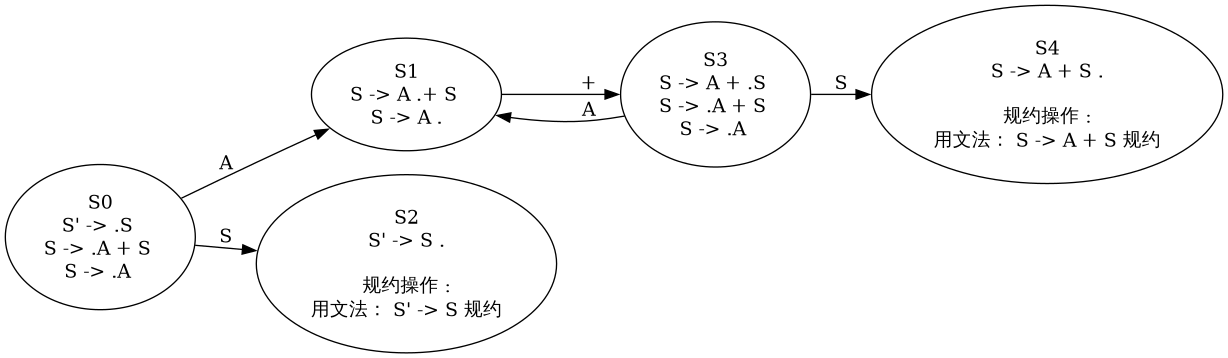
Earlier version of the Graphviz export lab4/cli/LR1/DFA.png (King3212/Compiler-theory). Its source is kept beside it as lab4/cli/LR1/DFA.gv. Source of this version:
```dot
digraph DFA {
    rankdir=LR;
    state0 [label="S0\nS' -> .S \nS -> .A + S \nS -> .A \n"];
    state1 [label="S1\nS -> A .+ S \nS -> A .\n"];
    state2 [label="S2\nS' -> S .\n\n规约操作 :\n用文法： S' -> S 规约\n"];
    state3 [label="S3\nS -> A + .S \nS -> .A + S \nS -> .A \n"];
    state4 [label="S4\nS -> A + S .\n\n规约操作 :\n用文法： S -> A + S 规约\n"];
    state3 -> state4 [label="S"];
    state3 -> state1 [label="A"];
    state1 -> state3 [label="+"];
    state0 -> state2 [label="S"];
    state0 -> state1 [label="A"];
}
```
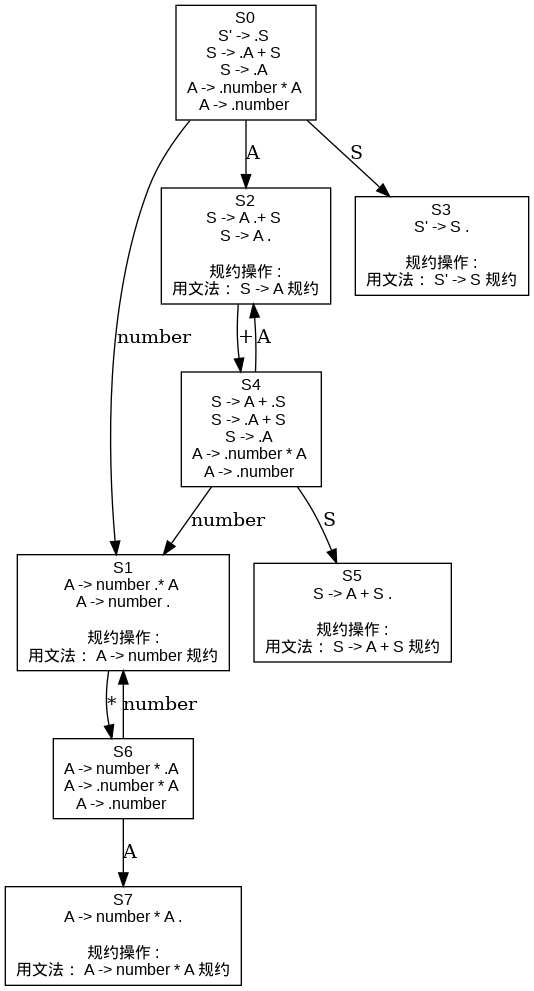
After the commit.

The edit, as a diff of the source:
```diff
@@ -1,13 +1,22 @@
 digraph DFA {
-    rankdir=LR;
-    state0 [label="S0\nS' -> .S \nS -> .A + S \nS -> .A \n"];
-    state1 [label="S1\nS -> A .+ S \nS -> A .\n"];
-    state2 [label="S2\nS' -> S .\n\n规约操作 :\n用文法： S' -> S 规约\n"];
-    state3 [label="S3\nS -> A + .S \nS -> .A + S \nS -> .A \n"];
-    state4 [label="S4\nS -> A + S .\n\n规约操作 :\n用文法： S -> A + S 规约\n"];
-    state3 -> state4 [label="S"];
-    state3 -> state1 [label="A"];
-    state1 -> state3 [label="+"];
-    state0 -> state2 [label="S"];
-    state0 -> state1 [label="A"];
+    rankdir=TB;
+    node [shape=box, style=filled,          fillcolor=white, fontname="Arial", fontsize=12];
+    state0 [label="S0\nS' -> .S \nS -> .A + S \nS -> .A \nA -> .number * A \nA -> .number \n"];
+    state1 [label="S1\nA -> number .* A \nA -> number .\n\n规约操作 :\n用文法： A -> number 规约\n"];
+    state2 [label="S2\nS -> A .+ S \nS -> A .\n\n规约操作 :\n用文法： S -> A 规约\n"];
+    state3 [label="S3\nS' -> S .\n\n规约操作 :\n用文法： S' -> S 规约\n"];
+    state4 [label="S4\nS -> A + .S \nS -> .A + S \nS -> .A \nA -> .number * A \nA -> .number \n"];
+    state5 [label="S5\nS -> A + S .\n\n规约操作 :\n用文法： S -> A + S 规约\n"];
+    state6 [label="S6\nA -> number * .A \nA -> .number * A \nA -> .number \n"];
+    state7 [label="S7\nA -> number * A .\n\n规约操作 :\n用文法： A -> number * A 规约\n"];
+    state0 -> state1 [label="number"];
+    state0 -> state2 [label="A"];
+    state2 -> state4 [label="+"];
+    state6 -> state7 [label="A"];
+    state0 -> state3 [label="S"];
+    state4 -> state2 [label="A"];
+    state4 -> state1 [label="number"];
+    state4 -> state5 [label="S"];
+    state1 -> state6 [label="*"];
+    state6 -> state1 [label="number"];
 }
```
